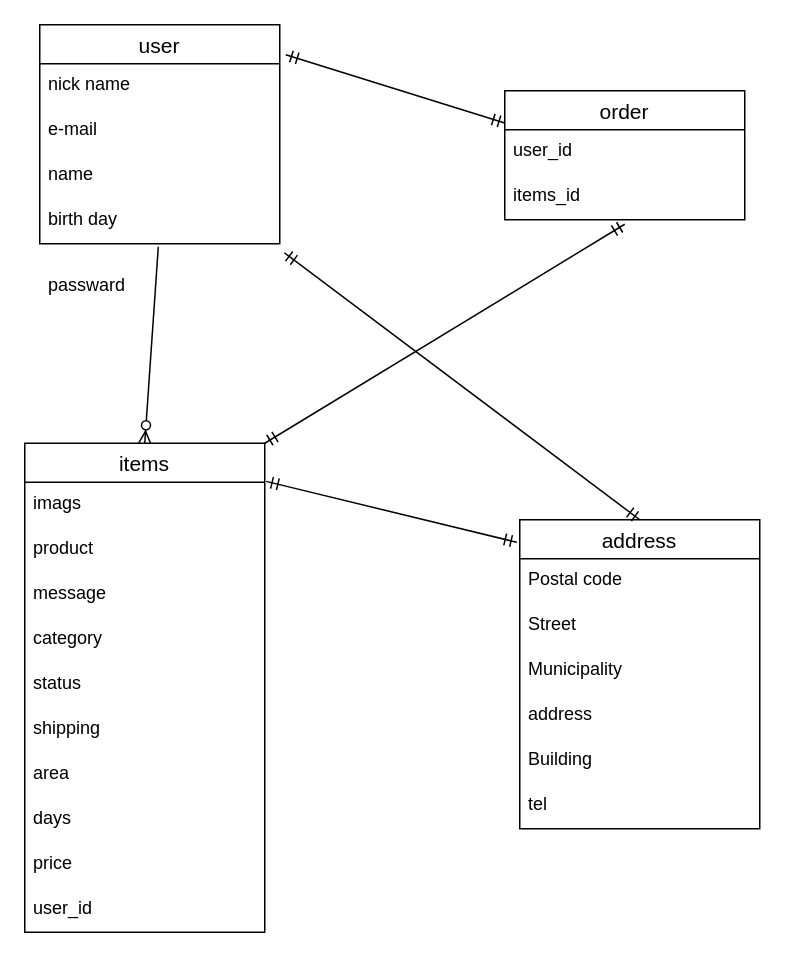
Above: ER illust.dio in tannno-shouta/furima-30546 (draw.io), before the change. Source tidied: cells renumbered, new cells numbered last; positions are measured from the earlier drawing's top-left corner, leaving out a move shared by most shapes. Both pictures are drawn from the tidied source at 150%, with x=0, y=0 at pixel (24, 24).
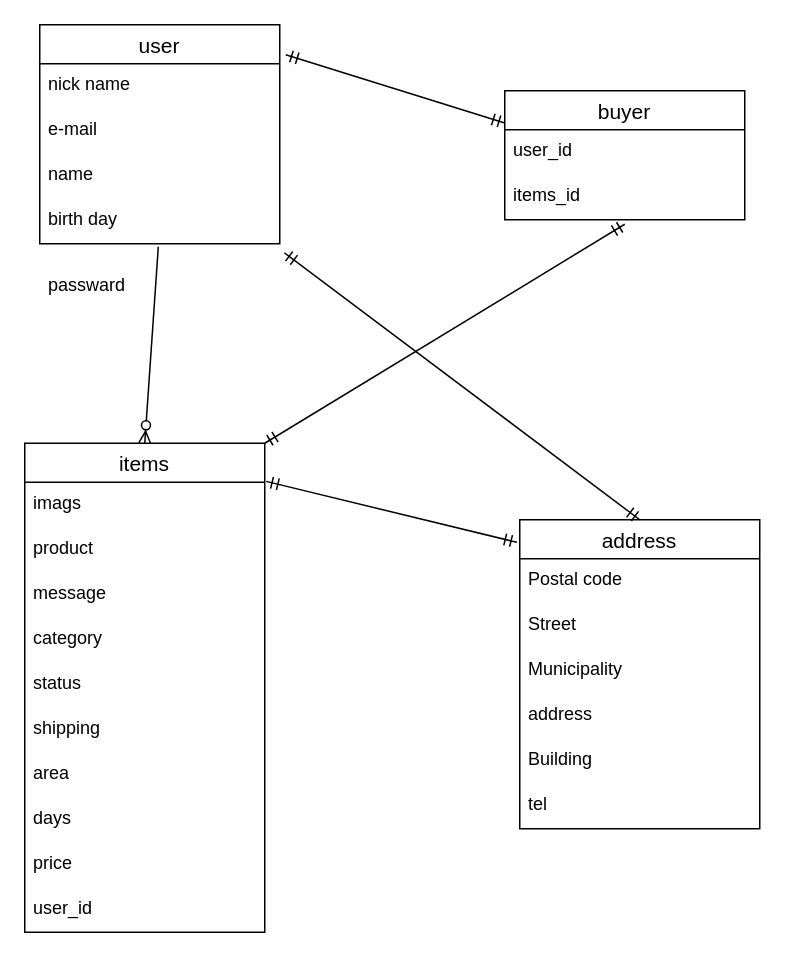
The same diagram, later.

The edit, as a diff of the source:
```diff
@@
-    <mxCell id="30" value="order" style="swimlane;fontStyle=0;horizontal=1;startSize=26;align=center;fontSize=14;" parent="1" vertex="1">
+    <mxCell id="30" value="buyer" style="swimlane;fontStyle=0;horizontal=1;startSize=26;align=center;fontSize=14;" parent="1" vertex="1">
       <mxGeometry x="320" y="44" width="160" height="86" as="geometry" />
     </mxCell>
```
